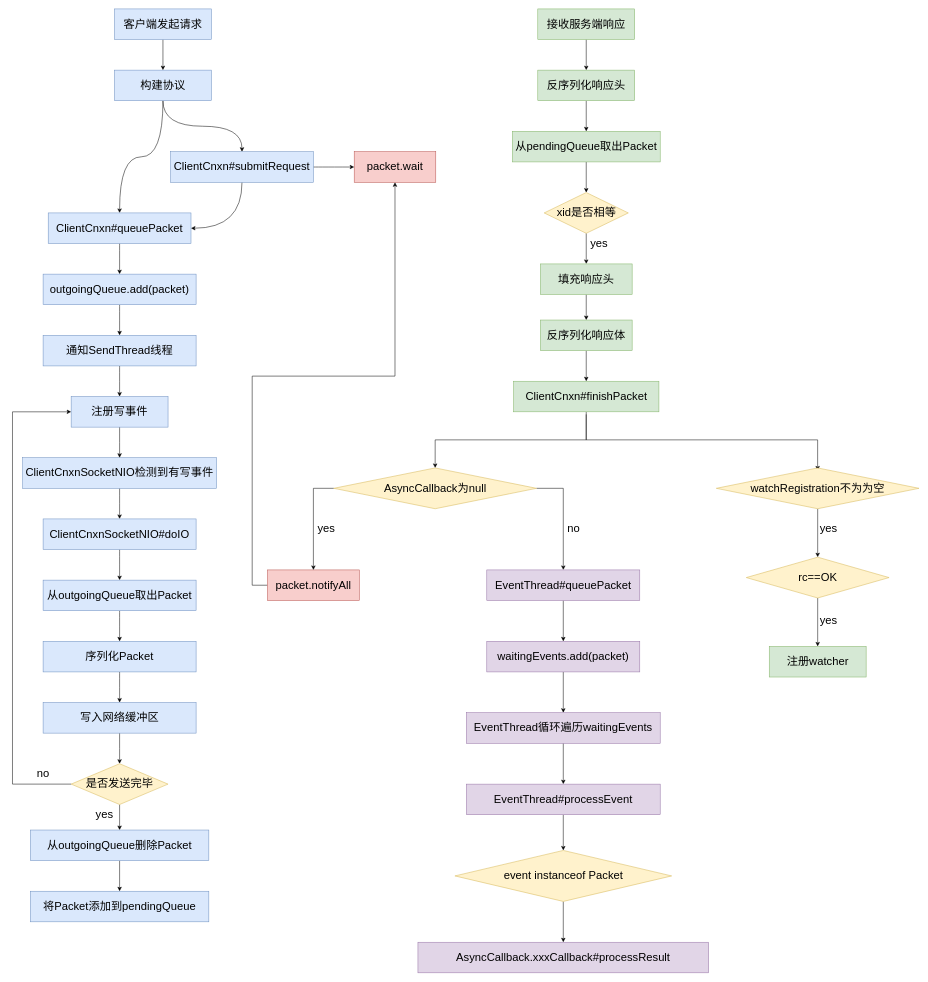
Above: blog/img/请求发起和响应过程.drawio in stefanxfy/ZooKeeperLearning (draw.io), before the change. Source tidied: cells renumbered, new cells numbered last; positions are measured from the earlier drawing's top-left corner, leaving out a move shared by most shapes. Both pictures are drawn from the tidied source at 51%, with x=0, y=0 at pixel (12, 9).
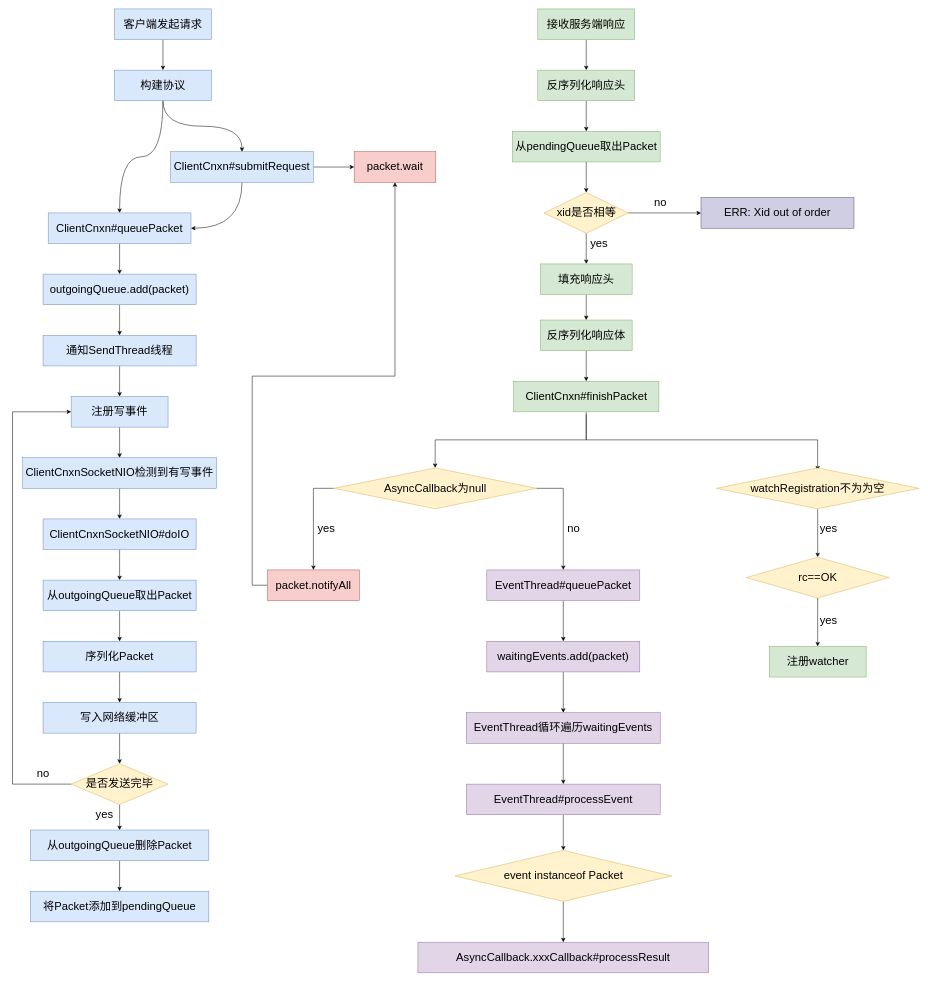
The same page after the edit.

The change refers to these unchanged cells:
```xml
<mxCell id="44" value="&lt;font style=&quot;font-size: 22px&quot;&gt;xid是否相等&lt;/font&gt;" style="rhombus;whiteSpace=wrap;html=1;fillColor=#fff2cc;strokeColor=#d6b656;" parent="1" vertex="1">
  <mxGeometry x="1042.5" y="360" width="165" height="80" as="geometry" />
</mxCell>
```

The edit, as a diff of the source:
```diff
@@
+    <mxCell id="78" style="edgeStyle=orthogonalEdgeStyle;rounded=0;jettySize=auto;html=1;entryX=0;entryY=0.5;entryDx=0;entryDy=0;fontSize=22;" parent="1" edge="1" source="44" target="79">
+      <mxGeometry relative="1" as="geometry" />
+    </mxCell>
@@
+    <mxCell id="79" value="&lt;font style=&quot;font-size: 22px&quot;&gt;ERR: Xid out of order&lt;/font&gt;" style="rounded=0;whiteSpace=wrap;html=1;fillColor=#d0cee2;strokeColor=#56517e;" parent="1" vertex="1">
+      <mxGeometry x="1350" y="370" width="300" height="60" as="geometry" />
+    </mxCell>
+    <mxCell id="80" value="no" style="text;html=1;align=center;verticalAlign=middle;strokeColor=none;fillColor=none;fontSize=22;" parent="1" vertex="1">
+      <mxGeometry x="1250" y="365" width="40" height="30" as="geometry" />
+    </mxCell>
```
